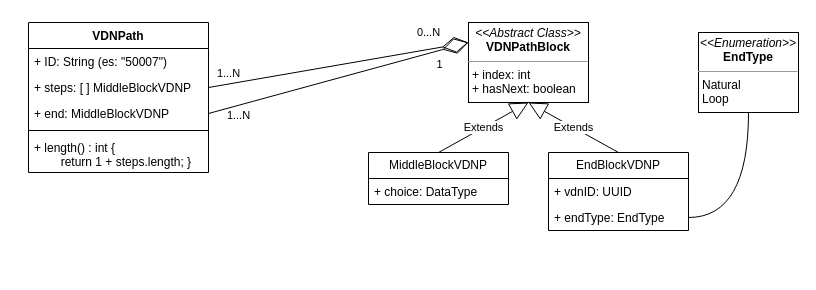
Above: page "VDNPath" (2 of 3) of doc/Class_Diagram__AWS_Connect_01.drawio in MarcoOttina/AWS_Connect_Explorer (draw.io), before the change. Source tidied: cells renumbered, new cells numbered last; positions are measured from the earlier drawing's top-left corner, leaving out a move shared by most shapes. Both pictures are drawn from the tidied source at 100%, with x=0, y=0 at pixel (28, 22).
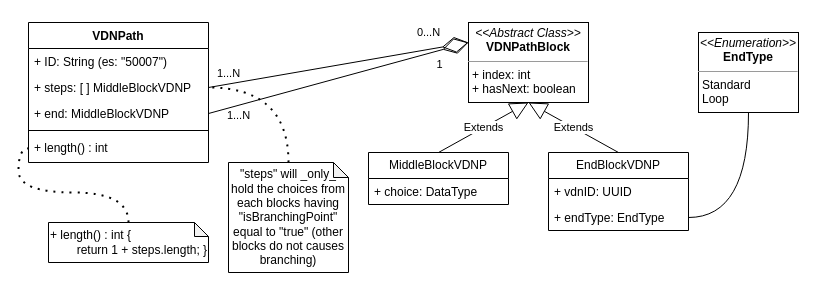
The same page after the edit.

The change refers to these unchanged cells:
```xml
<mxCell id="14" value="+ steps: [ ] MiddleBlockVDNP" style="text;strokeColor=none;fillColor=none;align=left;verticalAlign=top;spacingLeft=4;spacingRight=4;overflow=hidden;points=[[0,0.5],[1,0.5]];portConstraint=eastwest;whiteSpace=wrap;html=1;" parent="12" vertex="1">
  <mxGeometry y="52" width="180" height="26" as="geometry" />
</mxCell>
```

The edit, as a diff of the source:
```diff
@@
-    <mxCell id="10" value="&lt;p style=&quot;margin:0px;margin-top:4px;text-align:center;&quot;&gt;&lt;i&gt;&amp;lt;&amp;lt;Enumeration&amp;gt;&amp;gt;&lt;/i&gt;&lt;br&gt;&lt;b&gt;EndType&lt;/b&gt;&lt;/p&gt;&lt;hr size=&quot;1&quot;&gt;&lt;p style=&quot;margin:0px;margin-left:4px;&quot;&gt;Natural&lt;/p&gt;&lt;p style=&quot;margin:0px;margin-left:4px;&quot;&gt;Loop&lt;/p&gt;" style="verticalAlign=top;align=left;overflow=fill;fontSize=12;fontFamily=Helvetica;html=1;whiteSpace=wrap;" parent="1" vertex="1">
+    <mxCell id="10" value="&lt;p style=&quot;margin:0px;margin-top:4px;text-align:center;&quot;&gt;&lt;i&gt;&amp;lt;&amp;lt;Enumeration&amp;gt;&amp;gt;&lt;/i&gt;&lt;br&gt;&lt;b&gt;EndType&lt;/b&gt;&lt;/p&gt;&lt;hr size=&quot;1&quot;&gt;&lt;p style=&quot;margin:0px;margin-left:4px;&quot;&gt;Standard&lt;/p&gt;&lt;p style=&quot;margin:0px;margin-left:4px;&quot;&gt;Loop&lt;/p&gt;" style="verticalAlign=top;align=left;overflow=fill;fontSize=12;fontFamily=Helvetica;html=1;whiteSpace=wrap;" parent="1" vertex="1">
       <mxGeometry x="670" y="10" width="100" height="80" as="geometry" />
     </mxCell>
@@
     <mxCell id="12" value="VDNPath" style="swimlane;fontStyle=1;align=center;verticalAlign=top;horizontal=1;startSize=26;whiteSpace=wrap;html=1;" parent="1" vertex="1">
-      <mxGeometry width="180" height="150" as="geometry" />
+      <mxGeometry width="180" height="140" as="geometry" />
     </mxCell>
@@
-    <mxCell id="17" value="+ length() : int {&lt;br&gt;&amp;nbsp; &amp;nbsp; &amp;nbsp; &amp;nbsp; return 1 + steps.length; }" style="text;strokeColor=none;fillColor=none;align=left;verticalAlign=top;spacingLeft=4;spacingRight=4;overflow=hidden;points=[[0,0.5],[1,0.5]];portConstraint=eastwest;whiteSpace=wrap;html=1;" parent="12" vertex="1">
-      <mxGeometry y="112" width="180" height="38" as="geometry" />
+    <mxCell id="17" value="+ length() : int&amp;nbsp;" style="text;strokeColor=none;fillColor=none;align=left;verticalAlign=top;spacingLeft=4;spacingRight=4;overflow=hidden;points=[[0,0.5],[1,0.5]];portConstraint=eastwest;whiteSpace=wrap;html=1;" parent="12" vertex="1">
+      <mxGeometry y="112" width="180" height="28" as="geometry" />
     </mxCell>
@@
+    <mxCell id="24" value="&quot;steps&quot; will _only_ hold the choices from each blocks having &quot;isBranchingPoint&quot; equal to &quot;true&quot; (other blocks do not causes branching)" style="shape=note;whiteSpace=wrap;html=1;backgroundOutline=1;darkOpacity=0.05;size=15;" parent="1" vertex="1">
+      <mxGeometry x="200" y="140" width="120" height="110" as="geometry" />
+    </mxCell>
+    <mxCell id="25" value="+ length() : int {&lt;br style=&quot;border-color: var(--border-color);&quot;&gt;&lt;span style=&quot;&quot;&gt;&amp;nbsp; &amp;nbsp; &amp;nbsp; &amp;nbsp; return 1 + steps.length; }&lt;/span&gt;" style="shape=note;whiteSpace=wrap;html=1;backgroundOutline=1;darkOpacity=0.05;size=14;align=left;" parent="1" vertex="1">
+      <mxGeometry x="20" y="200" width="160" height="40" as="geometry" />
+    </mxCell>
+    <mxCell id="26" style="endArrow=none;dashed=1;html=1;dashPattern=1 3;strokeWidth=2;rounded=0;entryX=1;entryY=0.5;entryDx=0;entryDy=0;edgeStyle=orthogonalEdgeStyle;curved=1;exitX=0.5;exitY=0;exitDx=0;exitDy=0;exitPerimeter=0;" parent="1" edge="1" source="24" target="14">
+      <mxGeometry relative="1" as="geometry" />
+    </mxCell>
+    <mxCell id="27" style="endArrow=none;dashed=1;html=1;dashPattern=1 3;strokeWidth=2;rounded=0;entryX=0;entryY=0.5;entryDx=0;entryDy=0;edgeStyle=orthogonalEdgeStyle;curved=1;exitX=0.5;exitY=0;exitDx=0;exitDy=0;exitPerimeter=0;" parent="1" edge="1" source="25" target="17">
+      <mxGeometry relative="1" as="geometry" />
+    </mxCell>
```
